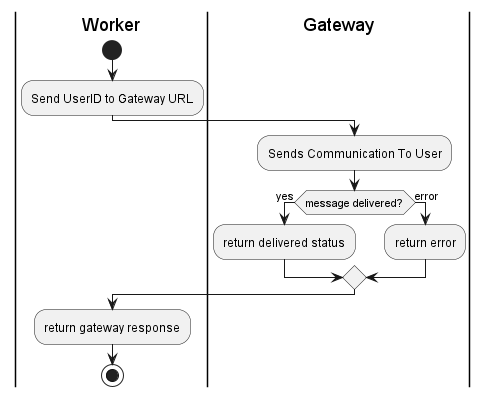
This is Designs/Images/Activity Diagrams/Send Message To Gateway Activity.png from CameronWard301/communication_scheduler, a PlantUML export, as it was before one commit. Source of this version:
```plantuml
@startuml Send Message To Gateway Activity;
|Worker|

start

:Send UserID to Gateway URL;

|Gateway|
:Sends Communication To User;


if (message delivered?) is (yes) then
:return delivered status;
else (error)
:return error;
endif
|Worker|
:return gateway response;
stop
@enduml
```
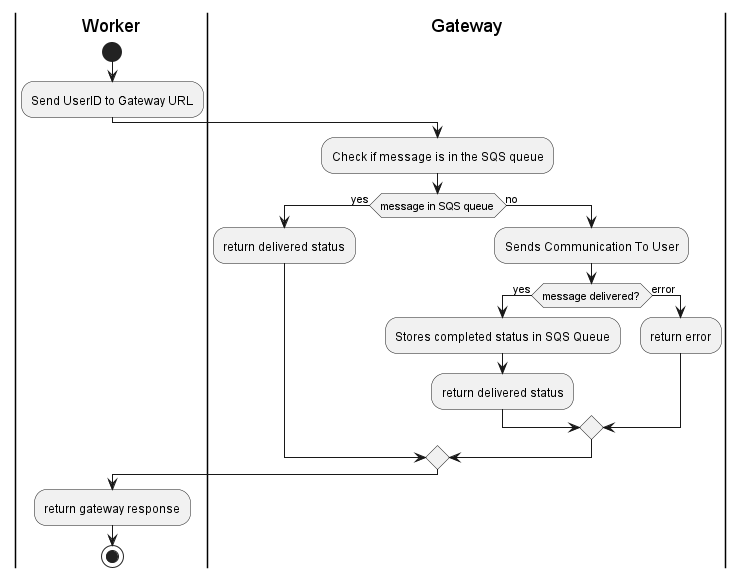
Above is the later version.

Change to the diagram source:
```diff
@@ -6,13 +6,21 @@
 :Send UserID to Gateway URL;
 
 |Gateway|
+
+:Check if message is in the SQS queue;
+if (message in SQS queue) is (yes) then
+:return delivered status;
+else (no)
+
 :Sends Communication To User;
 
+    if (message delivered?) is (yes) then
+    :Stores completed status in SQS Queue;
+    :return delivered status;
+    else (error)
+    :return error;
+    endif
 
-if (message delivered?) is (yes) then
-:return delivered status;
-else (error)
-:return error;
 endif
 |Worker|
 :return gateway response;
```
